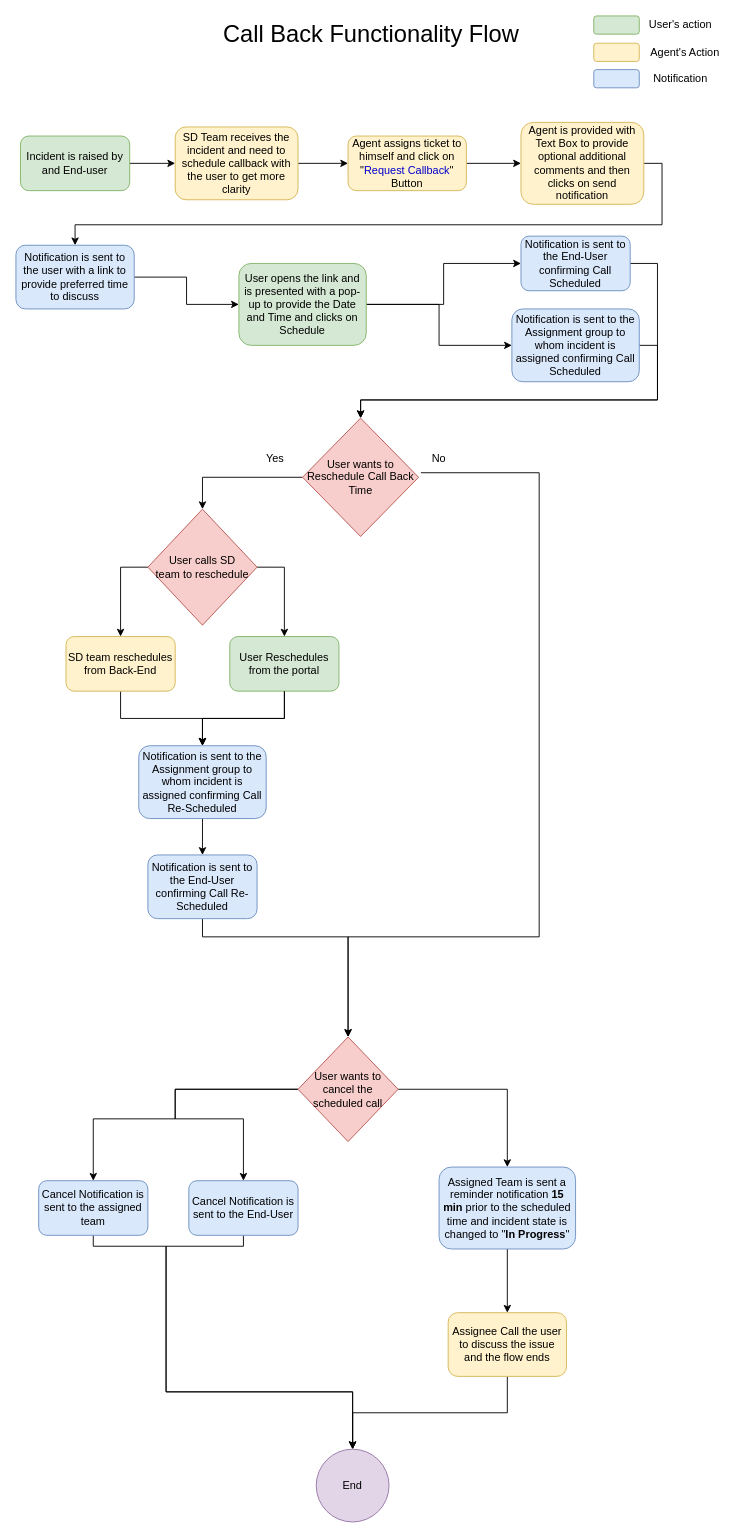
The draw.io diagram Untitled Diagram.drawio in sunjyot1993/Call-Back-Flow, before the edit. Source tidied: cells renumbered, new cells numbered last; positions are measured from the earlier drawing's top-left corner, leaving out a move shared by most shapes. Both pictures are drawn from the tidied source at 91%, with x=0, y=0 at pixel (15, 15).
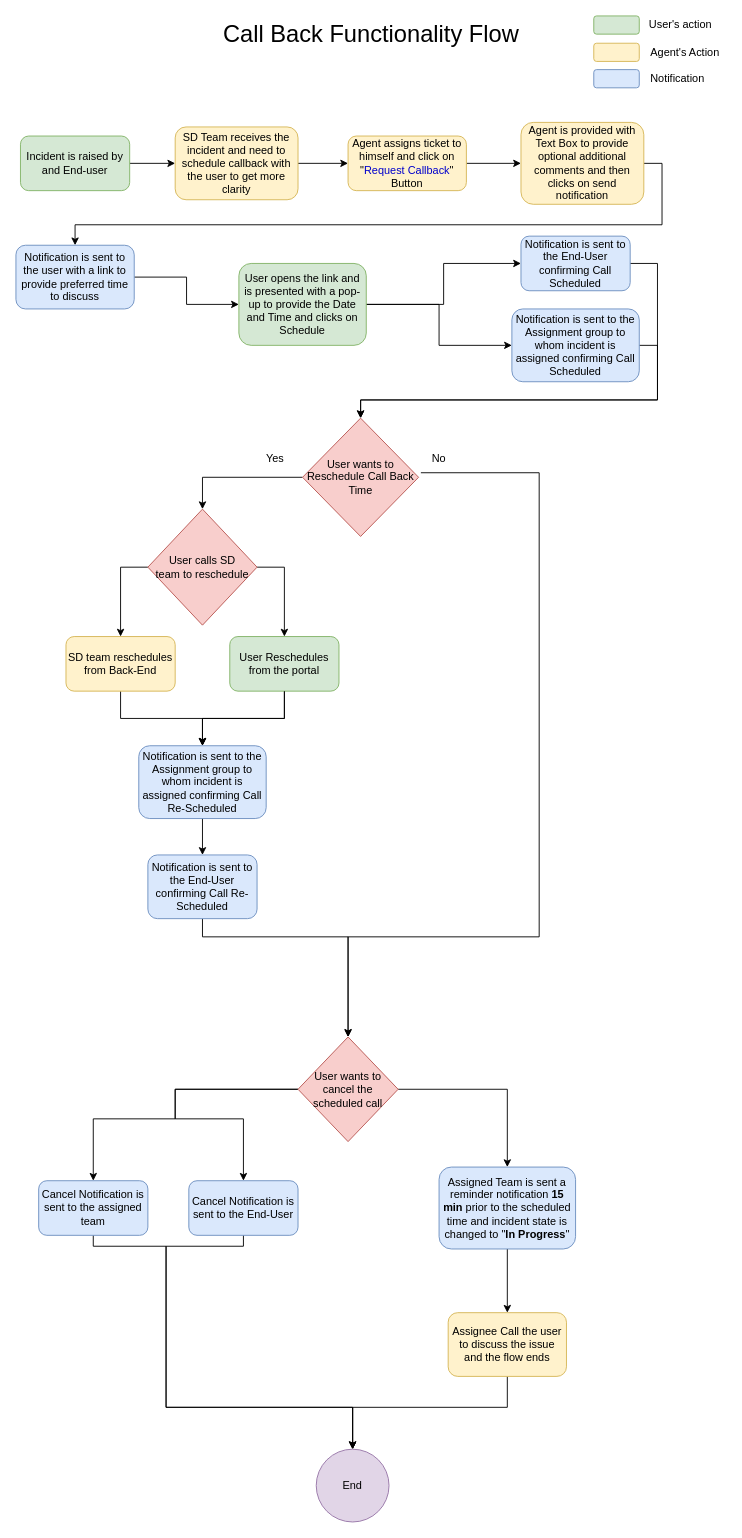
After the change.

Unchanged cells that the change refers to:
```xml
<mxCell id="23" value="End" style="ellipse;whiteSpace=wrap;html=1;fillColor=#e1d5e7;strokeColor=#9673a6;" parent="1" vertex="1">
  <mxGeometry x="330" y="1575" width="80" height="80" as="geometry" />
</mxCell>
<mxCell id="25" value="Assignee Call the user to discuss the issue and the flow ends" style="rounded=1;whiteSpace=wrap;html=1;fillColor=#fff2cc;strokeColor=#d6b656;" parent="1" vertex="1">
  <mxGeometry x="475" y="1425" width="130" height="70" as="geometry" />
</mxCell>
<mxCell id="46" value="Cancel Notification is sent to the assigned team" style="rounded=1;whiteSpace=wrap;html=1;fillColor=#dae8fc;strokeColor=#6c8ebf;" parent="1" vertex="1">
  <mxGeometry x="25" y="1280" width="120" height="60" as="geometry" />
</mxCell>
<mxCell id="48" value="Cancel Notification is sent to the End-User" style="rounded=1;whiteSpace=wrap;html=1;fillColor=#dae8fc;strokeColor=#6c8ebf;" parent="1" vertex="1">
  <mxGeometry x="190" y="1280" width="120" height="60" as="geometry" />
</mxCell>
```

Change to the diagram source:
```diff
@@
     <mxCell id="24" style="edgeStyle=orthogonalEdgeStyle;rounded=0;jettySize=auto;html=1;exitX=0.5;exitY=1;exitDx=0;exitDy=0;entryX=0.5;entryY=0;entryDx=0;entryDy=0;" parent="1" edge="1" source="25" target="23">
-      <mxGeometry relative="1" as="geometry" />
+      <mxGeometry relative="1" as="geometry">
+        <Array as="points">
+          <mxPoint x="540" y="1529" />
+          <mxPoint x="370" y="1529" />
+        </Array>
+      </mxGeometry>
     </mxCell>
@@
     <mxCell id="45" style="edgeStyle=orthogonalEdgeStyle;rounded=0;jettySize=auto;html=1;exitX=0.5;exitY=1;exitDx=0;exitDy=0;entryX=0.5;entryY=0;entryDx=0;entryDy=0;" parent="1" edge="1" source="46" target="23">
       <mxGeometry relative="1" as="geometry">
         <Array as="points">
           <mxPoint x="85" y="1352" />
           <mxPoint x="165" y="1352" />
-          <mxPoint x="165" y="1512" />
-          <mxPoint x="370" y="1512" />
+          <mxPoint x="165" y="1529" />
+          <mxPoint x="370" y="1529" />
         </Array>
       </mxGeometry>
     </mxCell>
@@
     <mxCell id="47" style="edgeStyle=orthogonalEdgeStyle;rounded=0;jettySize=auto;html=1;exitX=0.5;exitY=1;exitDx=0;exitDy=0;entryX=0.5;entryY=0;entryDx=0;entryDy=0;" parent="1" edge="1" source="48" target="23">
       <mxGeometry relative="1" as="geometry">
         <Array as="points">
           <mxPoint x="250" y="1352" />
           <mxPoint x="165" y="1352" />
-          <mxPoint x="165" y="1512" />
-          <mxPoint x="370" y="1512" />
+          <mxPoint x="165" y="1529" />
+          <mxPoint x="370" y="1529" />
         </Array>
       </mxGeometry>
     </mxCell>
@@
-    <mxCell id="54" value="Notification" style="text;html=1;align=center;verticalAlign=middle;" parent="1" vertex="1">
-      <mxGeometry x="695" y="59" width="70" height="20" as="geometry" />
+    <mxCell id="54" value="&amp;nbsp;Notification" style="text;html=1;align=center;verticalAlign=middle;" parent="1" vertex="1">
+      <mxGeometry x="685" y="59" width="80" height="20" as="geometry" />
     </mxCell>
```
